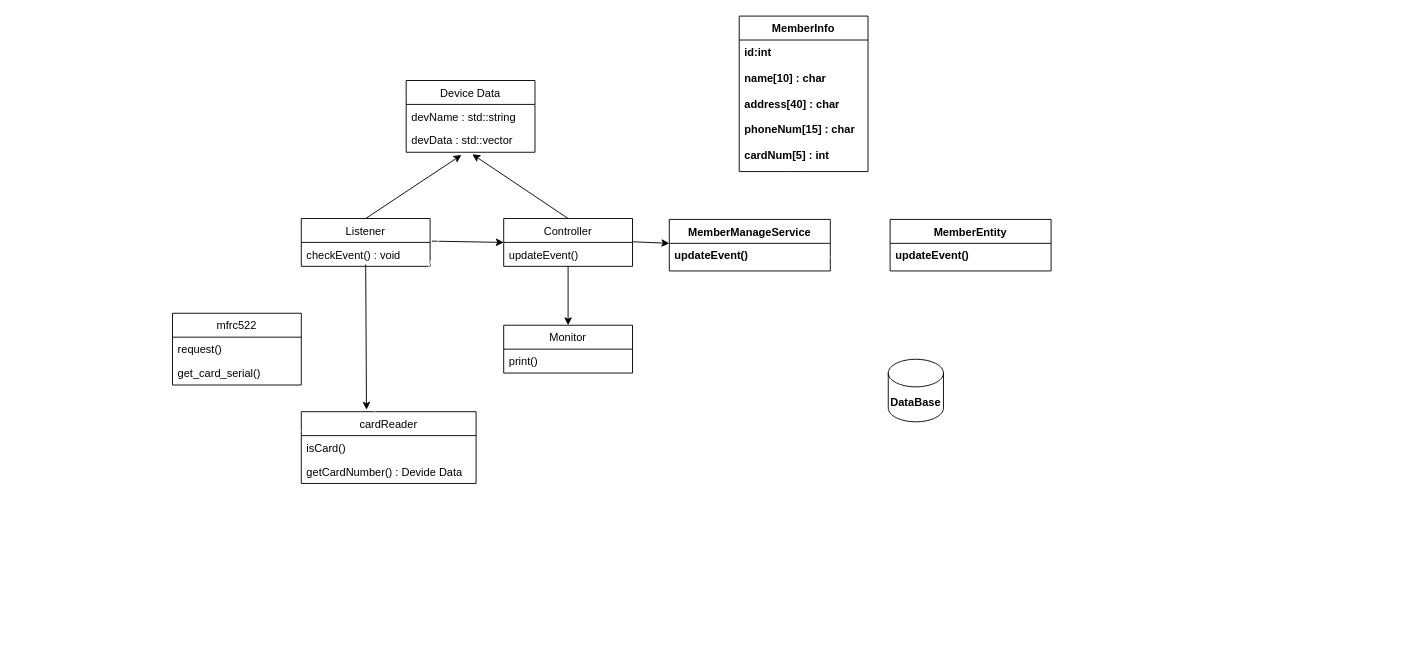
The draw.io diagram swdesign/golfmembersmanagerdesgin.drawio in ekgh2002/golfmembermanager, before the edit. Source tidied: cells renumbered, new cells numbered last; positions are measured from the earlier drawing's top-left corner, leaving out a move shared by most shapes. Both pictures are drawn from the tidied source at 92%, with x=0, y=0 at pixel (172, 16).
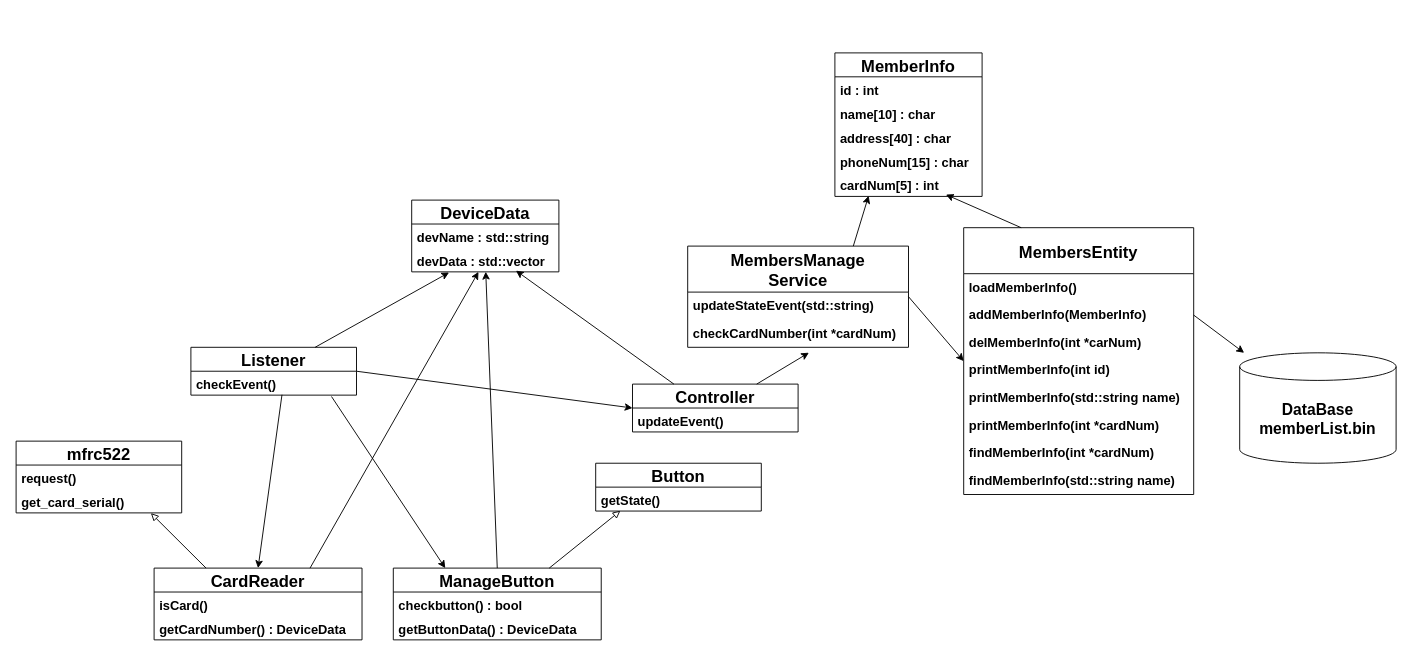
The same diagram, later.

What changed in the source:
```diff
@@
+    <mxCell id="36" style="edgeStyle=none;html=1;exitX=1;exitY=0.5;exitDx=0;exitDy=0;entryX=0;entryY=0.5;entryDx=0;entryDy=0;" parent="1" edge="1" source="2" target="7">
+      <mxGeometry relative="1" as="geometry" />
+    </mxCell>
+    <mxCell id="37" style="edgeStyle=none;html=1;exitX=0.75;exitY=0;exitDx=0;exitDy=0;entryX=0.254;entryY=1.026;entryDx=0;entryDy=0;entryPerimeter=0;" parent="1" edge="1" source="2" target="13">
+      <mxGeometry relative="1" as="geometry" />
+    </mxCell>
-    <mxCell id="2" value="Listener" style="swimlane;fontStyle=0;horizontal=1;startSize=26;fillColor=none;" parent="1" vertex="1">
-      <mxGeometry x="140" y="220" width="140" height="52" as="geometry" />
+    <mxCell id="2" value="Listener" style="swimlane;fontStyle=1;horizontal=1;startSize=26;fillColor=none;fontSize=18;" parent="1" vertex="1">
+      <mxGeometry x="20" y="360" width="180" height="52" as="geometry" />
     </mxCell>
-    <mxCell id="3" style="endArrow=classic;html=1;entryX=0.373;entryY=-0.028;entryDx=0;entryDy=0;entryPerimeter=0;" parent="2" edge="1" target="16">
-      <mxGeometry relative="1" as="geometry">
-        <mxPoint x="70" y="50" as="sourcePoint" />
-      </mxGeometry>
-    </mxCell>
-    <mxCell id="4" value="checkEvent() : void" style="text;strokeColor=none;fillColor=none;align=left;verticalAlign=top;spacingLeft=4;spacingRight=4;overflow=hidden;points=[[0,0.5],[1,0.5]];portConstraint=eastwest;" parent="2" vertex="1">
-      <mxGeometry y="26" width="140" height="26" as="geometry" />
-    </mxCell>
-    <mxCell id="5" value="Monitor" style="swimlane;fontStyle=0;horizontal=1;startSize=26;fillColor=none;" parent="1" vertex="1">
-      <mxGeometry x="360" y="336" width="140" height="52" as="geometry" />
-    </mxCell>
-    <mxCell id="6" value="print()" style="text;strokeColor=none;fillColor=none;align=left;verticalAlign=top;spacingLeft=4;spacingRight=4;overflow=hidden;" parent="5" vertex="1">
-      <mxGeometry y="26" width="140" height="26" as="geometry" />
-    </mxCell>
-    <mxCell id="7" value="Controller" style="swimlane;fontStyle=0;horizontal=1;startSize=26;fillColor=none;" parent="1" vertex="1">
-      <mxGeometry x="360" y="220" width="140" height="52" as="geometry" />
-    </mxCell>
-    <mxCell id="8" value="updateEvent()" style="text;strokeColor=none;fillColor=none;align=left;verticalAlign=top;spacingLeft=4;spacingRight=4;overflow=hidden;" parent="7" vertex="1">
-      <mxGeometry y="26" width="140" height="26" as="geometry" />
-    </mxCell>
-    <mxCell id="9" style="endArrow=classic;html=1;entryX=0;entryY=0.5;entryDx=0;entryDy=0;exitX=1.014;exitY=-0.054;exitDx=0;exitDy=0;exitPerimeter=0;" parent="1" edge="1" source="4" target="7">
-      <mxGeometry relative="1" as="geometry" />
-    </mxCell>
-    <mxCell id="10" style="endArrow=classic;html=1;entryX=0.5;entryY=0;entryDx=0;entryDy=0;" parent="1" edge="1" target="5">
-      <mxGeometry relative="1" as="geometry">
-        <mxPoint x="430" y="272" as="sourcePoint" />
-      </mxGeometry>
-    </mxCell>
-    <mxCell id="11" value="Device Data" style="swimlane;fontStyle=0;horizontal=1;startSize=26;fillColor=none;" parent="1" vertex="1">
-      <mxGeometry x="254" y="70" width="140" height="78" as="geometry" />
-    </mxCell>
-    <mxCell id="12" value="devName : std::string" style="text;strokeColor=none;fillColor=none;align=left;verticalAlign=top;spacingLeft=4;spacingRight=4;overflow=hidden;" parent="11" vertex="1">
-      <mxGeometry y="26" width="140" height="26" as="geometry" />
-    </mxCell>
-    <mxCell id="13" value="devData : std::vector" style="text;strokeColor=none;fillColor=none;align=left;verticalAlign=top;spacingLeft=4;spacingRight=4;overflow=hidden;points=[[0,0.5],[1,0.5]];portConstraint=eastwest;" parent="11" vertex="1">
-      <mxGeometry y="52" width="140" height="26" as="geometry" />
-    </mxCell>
-    <mxCell id="14" style="endArrow=classic;html=1;entryX=0.429;entryY=1.115;entryDx=0;entryDy=0;entryPerimeter=0;" parent="1" edge="1" target="13">
-      <mxGeometry relative="1" as="geometry">
-        <mxPoint x="210" y="220" as="sourcePoint" />
-      </mxGeometry>
-    </mxCell>
-    <mxCell id="15" style="endArrow=classic;html=1;entryX=0.514;entryY=1.085;entryDx=0;entryDy=0;entryPerimeter=0;" parent="1" edge="1" target="13">
-      <mxGeometry relative="1" as="geometry">
-        <mxPoint x="430" y="220" as="sourcePoint" />
-      </mxGeometry>
-    </mxCell>
-    <mxCell id="16" value="cardReader" style="swimlane;fontStyle=0;horizontal=1;startSize=26;fillColor=none;" parent="1" vertex="1">
-      <mxGeometry x="140" y="430" width="190" height="78" as="geometry" />
-    </mxCell>
-    <mxCell id="17" value="isCard()" style="text;strokeColor=none;fillColor=none;align=left;verticalAlign=top;spacingLeft=4;spacingRight=4;overflow=hidden;" parent="16" vertex="1">
-      <mxGeometry y="26" width="190" height="26" as="geometry" />
-    </mxCell>
-    <mxCell id="18" value="getCardNumber() : Devide Data" style="text;strokeColor=none;fillColor=none;align=left;verticalAlign=top;spacingLeft=4;spacingRight=4;overflow=hidden;" parent="16" vertex="1">
-      <mxGeometry y="52" width="190" height="26" as="geometry" />
-    </mxCell>
+    <mxCell id="38" value="checkEvent()" style="text;strokeColor=none;fillColor=none;align=left;verticalAlign=top;spacingLeft=4;spacingRight=4;overflow=hidden;points=[[0,0.5],[1,0.5]];portConstraint=eastwest;fontSize=14;fontStyle=1;" parent="2" vertex="1">
+      <mxGeometry y="26" width="180" height="26" as="geometry" />
+    </mxCell>
-    <mxCell id="19" value="mfrc522" style="swimlane;fontStyle=0;horizontal=1;startSize=26;fillColor=none;" parent="1" vertex="1">
-      <mxGeometry y="323" width="140" height="78" as="geometry" />
+    <mxCell id="19" value="mfrc522" style="swimlane;fontStyle=1;horizontal=1;startSize=26;fillColor=none;fontSize=18;" parent="1" vertex="1">
+      <mxGeometry x="-170" y="462" width="180" height="78" as="geometry" />
     </mxCell>
-    <mxCell id="20" value="request()" style="text;strokeColor=none;fillColor=none;align=left;verticalAlign=top;spacingLeft=4;spacingRight=4;overflow=hidden;" parent="19" vertex="1">
-      <mxGeometry y="26" width="140" height="26" as="geometry" />
+    <mxCell id="20" value="request()" style="text;strokeColor=none;fillColor=none;align=left;verticalAlign=top;spacingLeft=4;spacingRight=4;overflow=hidden;fontSize=14;fontStyle=1;" parent="19" vertex="1">
+      <mxGeometry y="26" width="180" height="26" as="geometry" />
     </mxCell>
-    <mxCell id="21" value="get_card_serial()" style="text;strokeColor=none;fillColor=none;align=left;verticalAlign=top;spacingLeft=4;spacingRight=4;overflow=hidden;points=[[0,0.5],[1,0.5]];portConstraint=eastwest;" parent="19" vertex="1">
-      <mxGeometry y="52" width="140" height="26" as="geometry" />
+    <mxCell id="21" value="get_card_serial()" style="text;strokeColor=none;fillColor=none;align=left;verticalAlign=top;spacingLeft=4;spacingRight=4;overflow=hidden;points=[[0,0.5],[1,0.5]];portConstraint=eastwest;fontSize=14;fontStyle=1;" parent="19" vertex="1">
+      <mxGeometry y="52" width="180" height="26" as="geometry" />
     </mxCell>
-    <mxCell id="22" style="endArrow=block;html=1;strokeColor=#FFFFFF;endFill=0;fillColor=#FFFFFF;entryX=0.529;entryY=1.046;entryDx=0;entryDy=0;entryPerimeter=0;" parent="1" edge="1" target="21">
-      <mxGeometry relative="1" as="geometry">
-        <mxPoint x="140" y="451" as="sourcePoint" />
-      </mxGeometry>
-    </mxCell>
-    <mxCell id="23" style="endArrow=classic;html=1;rounded=1;labelBackgroundColor=default;fontFamily=Helvetica;fontSize=11;fontColor=default;strokeColor=#FFFFFF;fillColor=#FFFFFF;shape=connector;" parent="1" edge="1">
-      <mxGeometry relative="1" as="geometry">
-        <mxPoint x="220" y="430" as="sourcePoint" />
-        <mxPoint x="324" y="150" as="targetPoint" />
-      </mxGeometry>
-    </mxCell>
-    <mxCell id="24" style="endArrow=classic;html=1;exitX=1.014;exitY=-0.054;exitDx=0;exitDy=0;exitPerimeter=0;" parent="1" edge="1">
-      <mxGeometry relative="1" as="geometry">
-        <mxPoint x="500" y="245.3" as="sourcePoint" />
-        <mxPoint x="540" y="247" as="targetPoint" />
-      </mxGeometry>
-    </mxCell>
-    <mxCell id="25" style="edgeStyle=orthogonalEdgeStyle;rounded=0;jettySize=auto;html=1;exitX=1;exitY=0.5;exitDx=0;exitDy=0;exitPerimeter=0;entryX=0.482;entryY=1.013;entryDx=0;entryDy=0;entryPerimeter=0;endArrow=classic;endFill=1;strokeColor=#FFFFFF;" parent="1" edge="1" source="26" target="34">
-      <mxGeometry relative="1" as="geometry" />
-    </mxCell>
-    <mxCell id="26" value="&lt;b&gt;DataBase&lt;/b&gt;" style="shape=cylinder3;whiteSpace=wrap;html=1;boundedLbl=1;backgroundOutline=1;size=15;" parent="1" vertex="1">
-      <mxGeometry x="778" y="373" width="60" height="68" as="geometry" />
-    </mxCell>
+    <mxCell id="39" style="edgeStyle=none;html=1;exitX=0.25;exitY=0;exitDx=0;exitDy=0;entryX=0.708;entryY=0.949;entryDx=0;entryDy=0;entryPerimeter=0;" parent="1" edge="1" source="7" target="13">
+      <mxGeometry relative="1" as="geometry" />
+    </mxCell>
+    <mxCell id="40" style="edgeStyle=none;html=1;exitX=0.75;exitY=0;exitDx=0;exitDy=0;entryX=0.549;entryY=1.196;entryDx=0;entryDy=0;entryPerimeter=0;fontSize=17;startArrow=none;startFill=0;endArrow=classic;endFill=1;" parent="1" edge="1" source="7" target="58">
+      <mxGeometry relative="1" as="geometry" />
+    </mxCell>
+    <mxCell id="7" value="Controller" style="swimlane;fontStyle=1;horizontal=1;startSize=26;fillColor=none;fontSize=18;" parent="1" vertex="1">
+      <mxGeometry x="500" y="400" width="180" height="52" as="geometry" />
+    </mxCell>
+    <mxCell id="41" value="updateEvent()" style="text;strokeColor=none;fillColor=none;align=left;verticalAlign=top;spacingLeft=4;spacingRight=4;overflow=hidden;fontSize=14;fontStyle=1;" parent="7" vertex="1">
+      <mxGeometry y="26" width="180" height="26" as="geometry" />
+    </mxCell>
+    <mxCell id="42" value="DeviceData" style="swimlane;fontStyle=1;horizontal=1;startSize=26;fillColor=none;fontSize=18;" parent="1" vertex="1">
+      <mxGeometry x="260" y="200" width="160" height="78" as="geometry" />
+    </mxCell>
+    <mxCell id="12" value="devName : std::string" style="text;strokeColor=none;fillColor=none;align=left;verticalAlign=top;spacingLeft=4;spacingRight=4;overflow=hidden;fontSize=14;fontStyle=1;" parent="42" vertex="1">
+      <mxGeometry y="26" width="160" height="26" as="geometry" />
+    </mxCell>
+    <mxCell id="13" value="devData : std::vector" style="text;strokeColor=none;fillColor=none;align=left;verticalAlign=top;spacingLeft=4;spacingRight=4;overflow=hidden;points=[[0,0.5],[1,0.5]];portConstraint=eastwest;fontSize=14;fontStyle=1;" parent="42" vertex="1">
+      <mxGeometry y="52" width="160" height="26" as="geometry" />
+    </mxCell>
+    <mxCell id="43" style="edgeStyle=none;html=1;exitX=0.25;exitY=0;exitDx=0;exitDy=0;endArrow=block;endFill=0;entryX=0.814;entryY=1.011;entryDx=0;entryDy=0;entryPerimeter=0;" parent="1" edge="1" source="46" target="21">
+      <mxGeometry relative="1" as="geometry" />
+    </mxCell>
+    <mxCell id="44" style="edgeStyle=none;html=1;exitX=0.5;exitY=0;exitDx=0;exitDy=0;endArrow=none;endFill=0;startArrow=classic;startFill=1;entryX=0.55;entryY=0.984;entryDx=0;entryDy=0;entryPerimeter=0;" parent="1" edge="1" source="46" target="38">
+      <mxGeometry relative="1" as="geometry" />
+    </mxCell>
+    <mxCell id="45" style="edgeStyle=none;html=1;exitX=0.75;exitY=0;exitDx=0;exitDy=0;startArrow=none;startFill=0;endArrow=classic;endFill=1;" parent="1" edge="1" source="46" target="13">
+      <mxGeometry relative="1" as="geometry" />
+    </mxCell>
+    <mxCell id="46" value="CardReader" style="swimlane;fontStyle=1;horizontal=1;startSize=26;fillColor=none;fontSize=18;" parent="1" vertex="1">
+      <mxGeometry x="-20" y="600" width="226" height="78" as="geometry" />
+    </mxCell>
+    <mxCell id="17" value="isCard()" style="text;strokeColor=none;fillColor=none;align=left;verticalAlign=top;spacingLeft=4;spacingRight=4;overflow=hidden;fontSize=14;fontStyle=1;" parent="46" vertex="1">
+      <mxGeometry y="26" width="226" height="26" as="geometry" />
+    </mxCell>
+    <mxCell id="47" value="getCardNumber() : DeviceData" style="text;strokeColor=none;fillColor=none;align=left;verticalAlign=top;spacingLeft=4;spacingRight=4;overflow=hidden;fontSize=14;fontStyle=1;" parent="46" vertex="1">
+      <mxGeometry y="52" width="226" height="26" as="geometry" />
+    </mxCell>
+    <mxCell id="48" value="DataBase&lt;br&gt;memberList.bin" style="shape=cylinder3;whiteSpace=wrap;html=1;boundedLbl=1;backgroundOutline=1;size=15;fontSize=17;fontStyle=1;" parent="1" vertex="1">
+      <mxGeometry x="1160" y="366" width="170" height="120" as="geometry" />
+    </mxCell>
-    <mxCell id="27" value="MemberInfo" style="swimlane;fontStyle=1;horizontal=1;startSize=26;fillColor=none;" parent="1" vertex="1">
-      <mxGeometry x="616" width="140" height="169" as="geometry" />
+    <mxCell id="27" value="MemberInfo" style="swimlane;fontStyle=1;horizontal=1;startSize=26;fillColor=none;fontSize=18;" parent="1" vertex="1">
+      <mxGeometry x="720" y="40" width="160" height="156" as="geometry" />
     </mxCell>
-    <mxCell id="28" value="id:int&#10;&#10;name[10] : char&#10;&#10;address[40] : char&#10;&#10;phoneNum[15] : char&#10;&#10;cardNum[5] : int" style="text;strokeColor=none;fillColor=none;align=left;verticalAlign=top;spacingLeft=4;spacingRight=4;overflow=hidden;points=[[0,0.5],[1,0.5]];portConstraint=eastwest;fontStyle=1;" parent="27" vertex="1">
-      <mxGeometry y="26" width="140" height="143" as="geometry" />
-    </mxCell>
-    <mxCell id="29" style="edgeStyle=orthogonalEdgeStyle;rounded=0;jettySize=auto;html=1;exitX=0.5;exitY=0;exitDx=0;exitDy=0;entryX=0.393;entryY=0.997;entryDx=0;entryDy=0;entryPerimeter=0;endArrow=classic;endFill=1;strokeColor=#FFFFFF;" parent="1" edge="1" source="30" target="28">
-      <mxGeometry relative="1" as="geometry" />
-    </mxCell>
-    <mxCell id="30" value="MemberManageService" style="swimlane;fontStyle=1;horizontal=1;startSize=26;fillColor=none;" parent="1" vertex="1">
-      <mxGeometry x="540" y="221" width="175" height="56" as="geometry" />
-    </mxCell>
-    <mxCell id="31" value="updateEvent() " style="text;strokeColor=none;fillColor=none;align=left;verticalAlign=top;spacingLeft=4;spacingRight=4;overflow=hidden;points=[[0,0.5],[1,0.5]];portConstraint=eastwest;fontStyle=1;" parent="30" vertex="1">
-      <mxGeometry y="26" width="175" height="30" as="geometry" />
-    </mxCell>
-    <mxCell id="32" style="edgeStyle=orthogonalEdgeStyle;rounded=0;jettySize=auto;html=1;exitX=0.5;exitY=0;exitDx=0;exitDy=0;entryX=0.482;entryY=0.999;entryDx=0;entryDy=0;entryPerimeter=0;endArrow=classic;endFill=1;strokeColor=#FFFFFF;" parent="1" edge="1" source="33" target="28">
-      <mxGeometry relative="1" as="geometry">
-        <Array as="points">
-          <mxPoint x="867" y="194" />
-          <mxPoint x="683" y="194" />
-        </Array>
-      </mxGeometry>
-    </mxCell>
-    <mxCell id="33" value="MemberEntity" style="swimlane;fontStyle=1;horizontal=1;startSize=26;fillColor=none;" parent="1" vertex="1">
-      <mxGeometry x="780" y="221" width="175" height="56" as="geometry" />
-    </mxCell>
-    <mxCell id="34" value="updateEvent() " style="text;strokeColor=none;fillColor=none;align=left;verticalAlign=top;spacingLeft=4;spacingRight=4;overflow=hidden;points=[[0,0.5],[1,0.5]];portConstraint=eastwest;fontStyle=1;" parent="33" vertex="1">
-      <mxGeometry y="26" width="175" height="30" as="geometry" />
-    </mxCell>
-    <mxCell id="35" style="edgeStyle=orthogonalEdgeStyle;rounded=0;jettySize=auto;html=1;exitX=1;exitY=0.5;exitDx=0;exitDy=0;entryX=0;entryY=0.5;entryDx=0;entryDy=0;endArrow=classic;endFill=1;strokeColor=#FFFFFF;" parent="1" edge="1" source="31" target="34">
-      <mxGeometry relative="1" as="geometry" />
-    </mxCell>
+    <mxCell id="49" value="id : int" style="text;strokeColor=none;fillColor=none;align=left;verticalAlign=top;spacingLeft=4;spacingRight=4;overflow=hidden;fontSize=14;fontStyle=1;" parent="27" vertex="1">
+      <mxGeometry y="26" width="160" height="26" as="geometry" />
+    </mxCell>
+    <mxCell id="50" value="name[10] : char" style="text;strokeColor=none;fillColor=none;align=left;verticalAlign=top;spacingLeft=4;spacingRight=4;overflow=hidden;fontSize=14;fontStyle=1;" parent="27" vertex="1">
+      <mxGeometry y="52" width="160" height="26" as="geometry" />
+    </mxCell>
+    <mxCell id="51" value="address[40] : char" style="text;strokeColor=none;fillColor=none;align=left;verticalAlign=top;spacingLeft=4;spacingRight=4;overflow=hidden;fontSize=14;fontStyle=1;" parent="27" vertex="1">
+      <mxGeometry y="78" width="160" height="26" as="geometry" />
+    </mxCell>
+    <mxCell id="52" value="phoneNum[15] : char" style="text;strokeColor=none;fillColor=none;align=left;verticalAlign=top;spacingLeft=4;spacingRight=4;overflow=hidden;fontSize=14;fontStyle=1;" parent="27" vertex="1">
+      <mxGeometry y="104" width="160" height="26" as="geometry" />
+    </mxCell>
+    <mxCell id="53" value="cardNum[5] : int" style="text;strokeColor=none;fillColor=none;align=left;verticalAlign=top;spacingLeft=4;spacingRight=4;overflow=hidden;points=[[0,0.5],[1,0.5]];portConstraint=eastwest;fontSize=14;fontStyle=1;" parent="27" vertex="1">
+      <mxGeometry y="130" width="160" height="26" as="geometry" />
+    </mxCell>
+    <mxCell id="54" style="edgeStyle=none;html=1;exitX=0.75;exitY=0;exitDx=0;exitDy=0;entryX=0.229;entryY=0.974;entryDx=0;entryDy=0;entryPerimeter=0;fontSize=17;startArrow=none;startFill=0;endArrow=classic;endFill=1;" parent="1" edge="1" source="56" target="53">
+      <mxGeometry relative="1" as="geometry" />
+    </mxCell>
+    <mxCell id="55" style="edgeStyle=none;html=1;exitX=1;exitY=0.5;exitDx=0;exitDy=0;entryX=0;entryY=0.5;entryDx=0;entryDy=0;fontSize=17;startArrow=none;startFill=0;endArrow=classic;endFill=1;" parent="1" edge="1" source="56" target="60">
+      <mxGeometry relative="1" as="geometry" />
+    </mxCell>
+    <mxCell id="56" value="MembersManage&#10;Service" style="swimlane;fontStyle=1;horizontal=1;startSize=50;fillColor=none;fontSize=18;" parent="1" vertex="1">
+      <mxGeometry x="560" y="250" width="240" height="110" as="geometry" />
+    </mxCell>
+    <mxCell id="57" value="updateStateEvent(std::string)" style="text;strokeColor=none;fillColor=none;align=left;verticalAlign=top;spacingLeft=4;spacingRight=4;overflow=hidden;fontSize=14;fontStyle=1;" parent="56" vertex="1">
+      <mxGeometry y="50" width="240" height="30" as="geometry" />
+    </mxCell>
+    <mxCell id="58" value="checkCardNumber(int *cardNum)" style="text;strokeColor=none;fillColor=none;align=left;verticalAlign=top;spacingLeft=4;spacingRight=4;overflow=hidden;points=[[0,0.5],[1,0.5]];portConstraint=eastwest;fontSize=14;fontStyle=1;" parent="56" vertex="1">
+      <mxGeometry y="80" width="240" height="30" as="geometry" />
+    </mxCell>
+    <mxCell id="59" style="edgeStyle=none;html=1;exitX=0.25;exitY=0;exitDx=0;exitDy=0;entryX=0.754;entryY=0.923;entryDx=0;entryDy=0;entryPerimeter=0;fontSize=17;startArrow=none;startFill=0;endArrow=classic;endFill=1;" parent="1" edge="1" source="60" target="53">
+      <mxGeometry relative="1" as="geometry" />
+    </mxCell>
+    <mxCell id="60" value="MembersEntity" style="swimlane;fontStyle=1;horizontal=1;startSize=50;fillColor=none;fontSize=18;" parent="1" vertex="1">
+      <mxGeometry x="860" y="230" width="250" height="290" as="geometry" />
+    </mxCell>
+    <mxCell id="61" value="loadMemberInfo()" style="text;strokeColor=none;fillColor=none;align=left;verticalAlign=top;spacingLeft=4;spacingRight=4;overflow=hidden;fontSize=14;fontStyle=1;" parent="60" vertex="1">
+      <mxGeometry y="50" width="250" height="30" as="geometry" />
+    </mxCell>
+    <mxCell id="62" value="addMemberInfo(MemberInfo)" style="text;strokeColor=none;fillColor=none;align=left;verticalAlign=top;spacingLeft=4;spacingRight=4;overflow=hidden;points=[[0,0.5],[1,0.5]];portConstraint=eastwest;fontSize=14;fontStyle=1;" parent="60" vertex="1">
+      <mxGeometry y="80" width="250" height="30" as="geometry" />
+    </mxCell>
+    <mxCell id="63" value="delMemberInfo(int *carNum)" style="text;strokeColor=none;fillColor=none;align=left;verticalAlign=top;spacingLeft=4;spacingRight=4;overflow=hidden;fontSize=14;fontStyle=1;" parent="60" vertex="1">
+      <mxGeometry y="110" width="250" height="30" as="geometry" />
+    </mxCell>
+    <mxCell id="64" value="printMemberInfo(int id)" style="text;strokeColor=none;fillColor=none;align=left;verticalAlign=top;spacingLeft=4;spacingRight=4;overflow=hidden;fontSize=14;fontStyle=1;" parent="60" vertex="1">
+      <mxGeometry y="140" width="250" height="30" as="geometry" />
+    </mxCell>
+    <mxCell id="65" value="printMemberInfo(std::string name)" style="text;strokeColor=none;fillColor=none;align=left;verticalAlign=top;spacingLeft=4;spacingRight=4;overflow=hidden;fontSize=14;fontStyle=1;" parent="60" vertex="1">
+      <mxGeometry y="170" width="250" height="30" as="geometry" />
+    </mxCell>
+    <mxCell id="66" value="printMemberInfo(int *cardNum)" style="text;strokeColor=none;fillColor=none;align=left;verticalAlign=top;spacingLeft=4;spacingRight=4;overflow=hidden;fontSize=14;fontStyle=1;" parent="60" vertex="1">
+      <mxGeometry y="200" width="250" height="30" as="geometry" />
+    </mxCell>
+    <mxCell id="67" value="findMemberInfo(int *cardNum)" style="text;strokeColor=none;fillColor=none;align=left;verticalAlign=top;spacingLeft=4;spacingRight=4;overflow=hidden;fontSize=14;fontStyle=1;" parent="60" vertex="1">
+      <mxGeometry y="230" width="250" height="30" as="geometry" />
+    </mxCell>
+    <mxCell id="68" value="findMemberInfo(std::string name)" style="text;strokeColor=none;fillColor=none;align=left;verticalAlign=top;spacingLeft=4;spacingRight=4;overflow=hidden;fontSize=14;fontStyle=1;" parent="60" vertex="1">
+      <mxGeometry y="260" width="250" height="30" as="geometry" />
+    </mxCell>
+    <mxCell id="69" style="edgeStyle=none;html=1;fontSize=17;startArrow=none;startFill=0;endArrow=classic;endFill=1;exitX=1;exitY=0.5;exitDx=0;exitDy=0;" parent="1" edge="1" source="62" target="48">
+      <mxGeometry relative="1" as="geometry" />
+    </mxCell>
+    <mxCell id="70" value="Button" style="swimlane;fontStyle=1;horizontal=1;startSize=26;fillColor=none;fontSize=18;" parent="1" vertex="1">
+      <mxGeometry x="460" y="486" width="180" height="52" as="geometry" />
+    </mxCell>
+    <mxCell id="71" value="getState()" style="text;strokeColor=none;fillColor=none;align=left;verticalAlign=top;spacingLeft=4;spacingRight=4;overflow=hidden;points=[[0,0.5],[1,0.5]];portConstraint=eastwest;fontSize=14;fontStyle=1;" parent="70" vertex="1">
+      <mxGeometry y="26" width="180" height="26" as="geometry" />
+    </mxCell>
+    <mxCell id="72" style="edgeStyle=none;html=1;exitX=0.849;exitY=1.057;exitDx=0;exitDy=0;entryX=0.25;entryY=0;entryDx=0;entryDy=0;exitPerimeter=0;" parent="1" edge="1" source="38" target="74">
+      <mxGeometry relative="1" as="geometry" />
+    </mxCell>
+    <mxCell id="73" style="edgeStyle=none;html=1;exitX=0.5;exitY=0;exitDx=0;exitDy=0;entryX=0.503;entryY=0.996;entryDx=0;entryDy=0;entryPerimeter=0;" parent="1" edge="1" source="74" target="13">
+      <mxGeometry relative="1" as="geometry" />
+    </mxCell>
+    <mxCell id="74" value="ManageButton" style="swimlane;fontStyle=1;horizontal=1;startSize=26;fillColor=none;fontSize=18;" parent="1" vertex="1">
+      <mxGeometry x="240" y="600" width="226" height="78" as="geometry" />
+    </mxCell>
+    <mxCell id="75" value="checkbutton() : bool" style="text;strokeColor=none;fillColor=none;align=left;verticalAlign=top;spacingLeft=4;spacingRight=4;overflow=hidden;fontSize=14;fontStyle=1;" parent="74" vertex="1">
+      <mxGeometry y="26" width="226" height="26" as="geometry" />
+    </mxCell>
+    <mxCell id="76" value="getButtonData() : DeviceData" style="text;strokeColor=none;fillColor=none;align=left;verticalAlign=top;spacingLeft=4;spacingRight=4;overflow=hidden;fontSize=14;fontStyle=1;" parent="74" vertex="1">
+      <mxGeometry y="52" width="226" height="26" as="geometry" />
+    </mxCell>
+    <mxCell id="77" style="edgeStyle=none;html=1;exitX=0.75;exitY=0;exitDx=0;exitDy=0;endArrow=block;endFill=0;entryX=0.149;entryY=0.989;entryDx=0;entryDy=0;entryPerimeter=0;" parent="1" edge="1" source="74" target="71">
+      <mxGeometry relative="1" as="geometry" />
+    </mxCell>
```
